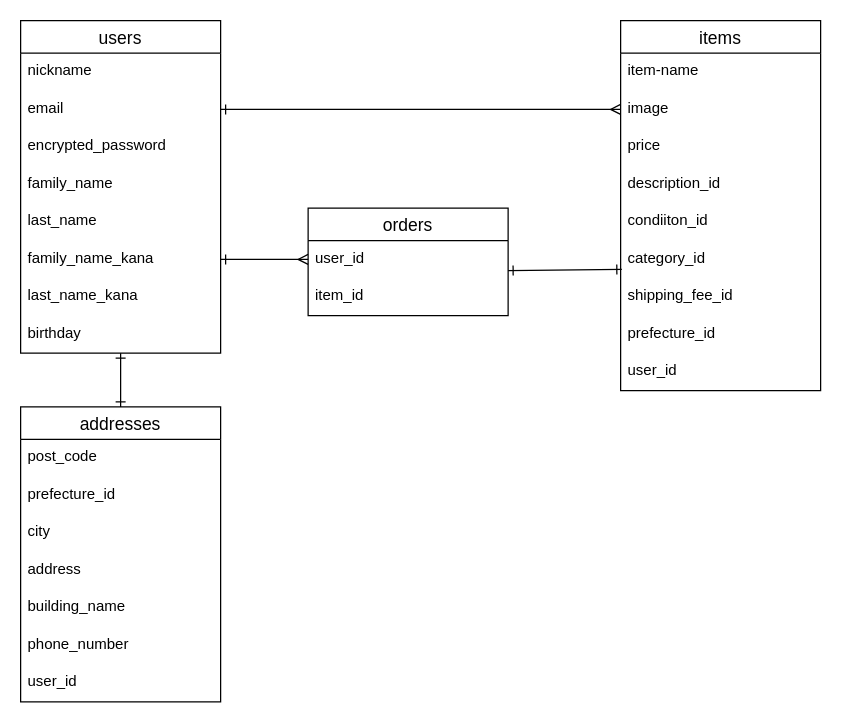
Before: furima.dio in Yamasaki0401/furima-38853, a draw.io diagram. Source tidied: cells renumbered, new cells numbered last; positions are measured from the earlier drawing's top-left corner, leaving out a move shared by most shapes. Both pictures are drawn from the tidied source at 125%, with x=0, y=0 at pixel (20, 20).
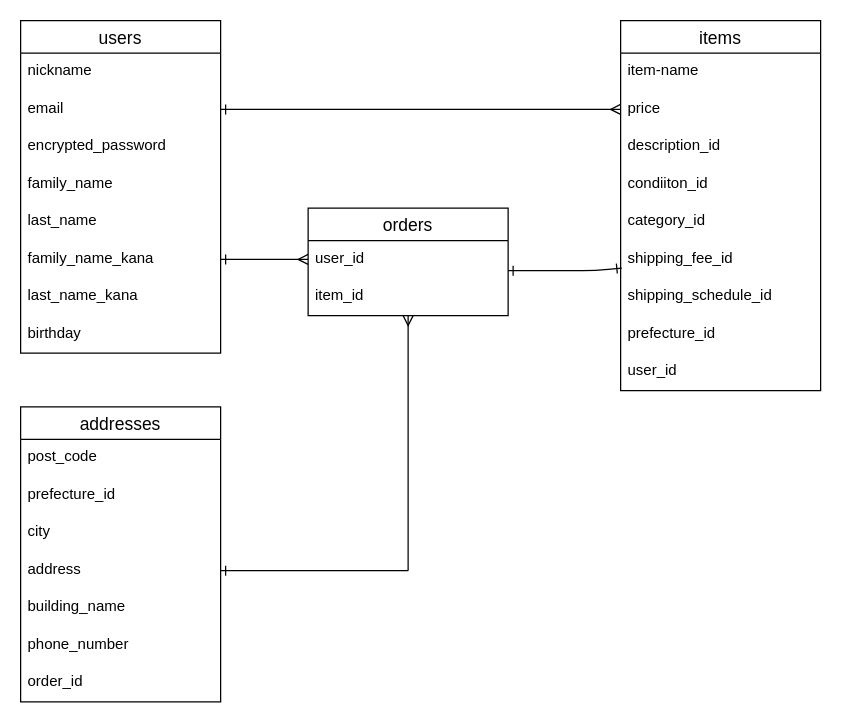
Above is the later version.

Commit message (it also covers changes not shown here):
データベース設計の修正2

Unchanged cells that the change refers to:
```xml
<mxCell id="4" value="email" style="text;strokeColor=none;fillColor=none;spacingLeft=4;spacingRight=4;overflow=hidden;points=[[0,0.5],[1,0.5]];portConstraint=eastwest;fontSize=12;" parent="2" vertex="1">
  <mxGeometry y="56" width="160" height="30" as="geometry" />
</mxCell>
<mxCell id="10" value="birthday" style="text;strokeColor=none;fillColor=none;spacingLeft=4;spacingRight=4;overflow=hidden;points=[[0,0.5],[1,0.5]];portConstraint=eastwest;fontSize=12;" parent="2" vertex="1">
  <mxGeometry y="236" width="160" height="30" as="geometry" />
</mxCell>
<mxCell id="11" value="items" style="swimlane;fontStyle=0;horizontal=1;startSize=26;align=center;fontSize=14;" parent="1" vertex="1">
  <mxGeometry x="480" width="160" height="296" as="geometry" />
</mxCell>
<mxCell id="21" value="addresses" style="swimlane;fontStyle=0;horizontal=1;startSize=26;align=center;fontSize=14;" parent="1" vertex="1">
  <mxGeometry y="309" width="160" height="236" as="geometry" />
</mxCell>
<mxCell id="25" value="address" style="text;strokeColor=none;fillColor=none;spacingLeft=4;spacingRight=4;overflow=hidden;points=[[0,0.5],[1,0.5]];portConstraint=eastwest;fontSize=12;" parent="21" vertex="1">
  <mxGeometry y="116" width="160" height="30" as="geometry" />
</mxCell>
<mxCell id="32" value="orders" style="swimlane;fontStyle=0;horizontal=1;startSize=26;align=center;fontSize=14;" parent="1" vertex="1">
  <mxGeometry x="230" y="150" width="160" height="86" as="geometry" />
</mxCell>
```

Diff of the diagram source:
```diff
@@
-    <mxCell id="13" value="image" style="text;strokeColor=none;fillColor=none;spacingLeft=4;spacingRight=4;overflow=hidden;points=[[0,0.5],[1,0.5]];portConstraint=eastwest;fontSize=12;" parent="11" vertex="1">
-      <mxGeometry y="56" width="160" height="30" as="geometry" />
-    </mxCell>
     <mxCell id="14" value="price" style="text;strokeColor=none;fillColor=none;spacingLeft=4;spacingRight=4;overflow=hidden;fontSize=12;" parent="11" vertex="1">
-      <mxGeometry y="86" width="160" height="30" as="geometry" />
+      <mxGeometry y="56" width="160" height="30" as="geometry" />
     </mxCell>
     <mxCell id="15" value="description_id" style="text;strokeColor=none;fillColor=none;spacingLeft=4;spacingRight=4;overflow=hidden;fontSize=12;" parent="11" vertex="1">
-      <mxGeometry y="116" width="160" height="30" as="geometry" />
+      <mxGeometry y="86" width="160" height="30" as="geometry" />
     </mxCell>
     <mxCell id="16" value="condiiton_id" style="text;strokeColor=none;fillColor=none;spacingLeft=4;spacingRight=4;overflow=hidden;fontSize=12;" parent="11" vertex="1">
-      <mxGeometry y="146" width="160" height="30" as="geometry" />
+      <mxGeometry y="116" width="160" height="30" as="geometry" />
     </mxCell>
     <mxCell id="17" value="category_id" style="text;strokeColor=none;fillColor=none;spacingLeft=4;spacingRight=4;overflow=hidden;points=[[0,0.5],[1,0.5]];portConstraint=eastwest;fontSize=12;" parent="11" vertex="1">
-      <mxGeometry y="176" width="160" height="30" as="geometry" />
+      <mxGeometry y="146" width="160" height="30" as="geometry" />
     </mxCell>
     <mxCell id="18" value="shipping_fee_id" style="text;strokeColor=none;fillColor=none;spacingLeft=4;spacingRight=4;overflow=hidden;points=[[0,0.5],[1,0.5]];portConstraint=eastwest;fontSize=12;" parent="11" vertex="1">
-      <mxGeometry y="206" width="160" height="30" as="geometry" />
+      <mxGeometry y="176" width="160" height="30" as="geometry" />
     </mxCell>
+    <mxCell id="37" value="shipping_schedule_id" style="text;strokeColor=none;fillColor=none;spacingLeft=4;spacingRight=4;overflow=hidden;fontSize=12;" parent="11" vertex="1">
+      <mxGeometry y="206" width="160" height="30" as="geometry" />
+    </mxCell>
@@
-    <mxCell id="28" value="user_id" style="text;strokeColor=none;fillColor=none;spacingLeft=4;spacingRight=4;overflow=hidden;fontSize=12;" parent="21" vertex="1">
-      <mxGeometry y="206" width="160" height="30" as="geometry" />
-    </mxCell>
+    <mxCell id="38" value="order_id" style="text;strokeColor=none;fillColor=none;spacingLeft=4;spacingRight=4;overflow=hidden;fontSize=12;" parent="21" vertex="1">
+      <mxGeometry y="206" width="160" height="30" as="geometry" />
+    </mxCell>
@@
-    <mxCell id="30" style="edgeStyle=none;html=1;exitX=1;exitY=0.5;exitDx=0;exitDy=0;entryX=0;entryY=0.5;entryDx=0;entryDy=0;endArrow=ERmany;endFill=0;startArrow=ERone;startFill=0;" parent="1" edge="1" source="4" target="13">
-      <mxGeometry relative="1" as="geometry" />
+    <mxCell id="30" style="edgeStyle=none;html=1;exitX=1;exitY=0.5;exitDx=0;exitDy=0;entryX=0;entryY=0.5;entryDx=0;entryDy=0;endArrow=ERmany;endFill=0;startArrow=ERone;startFill=0;" parent="1" edge="1" source="4">
+      <mxGeometry relative="1" as="geometry">
+        <mxPoint x="480" y="71" as="targetPoint" />
+      </mxGeometry>
     </mxCell>
-    <mxCell id="31" style="edgeStyle=none;html=1;startArrow=ERone;startFill=0;endArrow=ERone;endFill=0;" parent="1" edge="1" source="10" target="21">
-      <mxGeometry relative="1" as="geometry" />
-    </mxCell>
+    <mxCell id="39" style="edgeStyle=none;html=1;startArrow=ERmany;startFill=0;endArrow=none;endFill=0;" parent="1" edge="1" source="32">
+      <mxGeometry relative="1" as="geometry">
+        <mxPoint x="310" y="440" as="targetPoint" />
+      </mxGeometry>
+    </mxCell>
@@
-    <mxCell id="36" style="edgeStyle=none;html=1;startArrow=ERone;startFill=0;endArrow=ERone;endFill=0;exitX=0.006;exitY=0.767;exitDx=0;exitDy=0;exitPerimeter=0;" parent="1" edge="1" source="17">
+    <mxCell id="36" style="edgeStyle=none;html=1;startArrow=ERone;startFill=0;endArrow=ERone;endFill=0;exitX=0.006;exitY=0.733;exitDx=0;exitDy=0;exitPerimeter=0;" parent="1" edge="1" source="18">
       <mxGeometry relative="1" as="geometry">
         <mxPoint x="390" y="200" as="targetPoint" />
+        <Array as="points">
+          <mxPoint x="460" y="200" />
+        </Array>
       </mxGeometry>
     </mxCell>
+    <mxCell id="40" style="edgeStyle=none;html=1;startArrow=ERone;startFill=0;endArrow=none;endFill=0;" parent="1" edge="1" source="25">
+      <mxGeometry relative="1" as="geometry">
+        <mxPoint x="310" y="440" as="targetPoint" />
+      </mxGeometry>
+    </mxCell>
```
